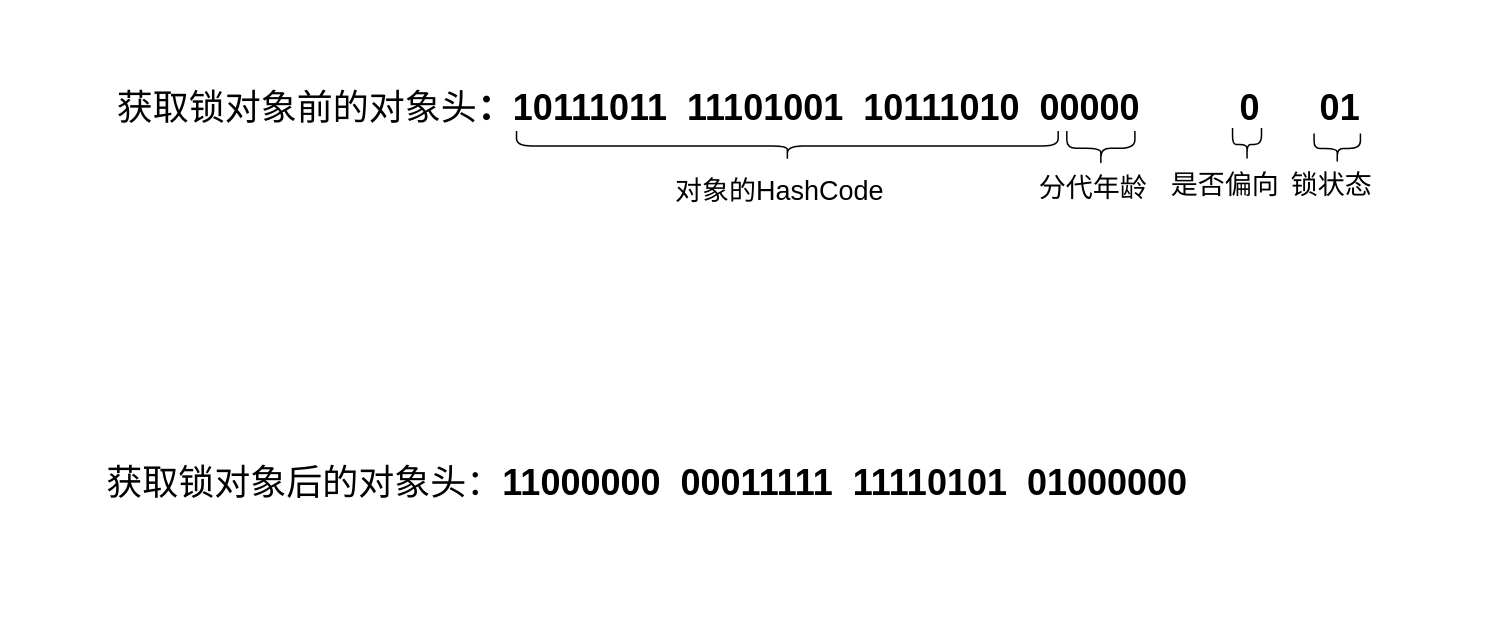
Earlier version of the draw.io diagram 面试官问我sychronized.drawio (JavaLiuTongXue/repo2). Source tidied: cells renumbered, new cells numbered last; positions are measured from the earlier drawing's top-left corner, leaving out a move shared by most shapes. Both pictures are drawn from the tidied source at 150%, with x=0, y=0 at pixel (26, -126).
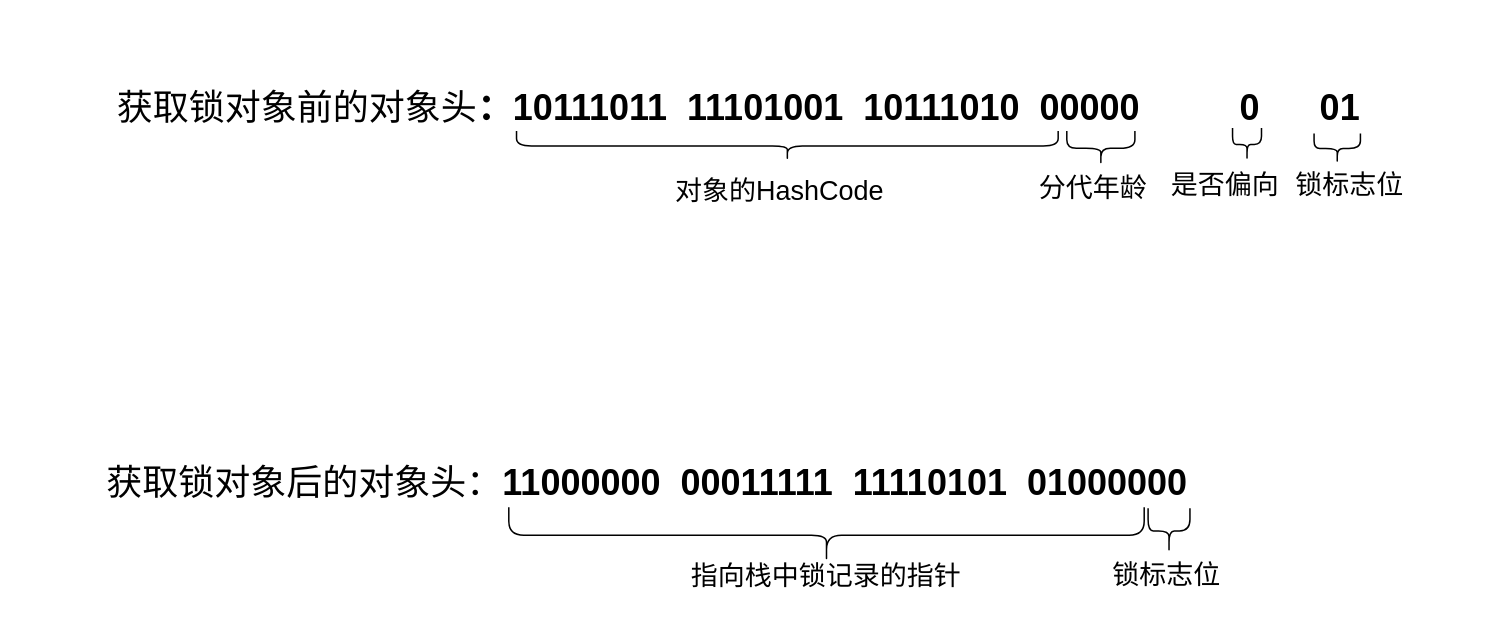
Above is the later version.

Commit message (it also covers changes not shown here):
更新面试官问我sychronized.drawio

Diff of the diagram source:
```diff
@@
 <mxGraphModel>
   <root>
     <mxCell id="0" />
     <mxCell id="1" parent="0" />
     <mxCell id="2" value="&lt;font&gt;&lt;font style=&quot;font-size: 24px&quot;&gt;获取锁对象前的对象头&lt;/font&gt;&lt;span style=&quot;font-weight: bold ; font-size: 24px&quot;&gt;：10111011&amp;nbsp; 11101001&amp;nbsp; 10111010&amp;nbsp; 00000&amp;nbsp; &amp;nbsp; &amp;nbsp; &amp;nbsp; &amp;nbsp; 0&amp;nbsp; &amp;nbsp; &amp;nbsp; 01&amp;nbsp;&lt;/span&gt;&lt;/font&gt;" style="text;html=1;strokeColor=none;fillColor=none;align=center;verticalAlign=middle;whiteSpace=wrap;rounded=0;" parent="1" vertex="1">
       <mxGeometry y="101" width="957" height="110" as="geometry" />
     </mxCell>
     <mxCell id="3" style="shape=curlyBracket;whiteSpace=wrap;html=1;rounded=1;flipH=1;fontSize=24;rotation=90;" parent="1" vertex="1">
       <mxGeometry x="497.5" y="0.2" width="19.8" height="361.1" as="geometry" />
     </mxCell>
     <mxCell id="4" value="&lt;font style=&quot;font-size: 18px ; font-weight: normal&quot;&gt;对象的HashCode&lt;/font&gt;" style="text;strokeColor=none;fillColor=none;html=1;fontSize=24;fontStyle=1;verticalAlign=middle;align=center;" parent="1" vertex="1">
       <mxGeometry x="452.2" y="189.4" width="100" height="40" as="geometry" />
     </mxCell>
     <mxCell id="5" style="shape=curlyBracket;whiteSpace=wrap;html=1;rounded=1;flipH=1;fontSize=24;rotation=90;size=0.5;" parent="1" vertex="1">
       <mxGeometry x="705" y="159.6" width="22.8" height="45.4" as="geometry" />
     </mxCell>
     <mxCell id="6" value="&lt;span style=&quot;font-size: 18px ; font-weight: 400&quot;&gt;分代年龄&lt;/span&gt;" style="text;strokeColor=none;fillColor=none;html=1;fontSize=24;fontStyle=1;verticalAlign=middle;align=center;" parent="1" vertex="1">
       <mxGeometry x="667" y="191.9" width="88.3" height="30.7" as="geometry" />
     </mxCell>
     <mxCell id="7" style="shape=curlyBracket;whiteSpace=wrap;html=1;rounded=1;flipH=1;fontSize=24;rotation=90;size=0.5;" parent="1" vertex="1">
       <mxGeometry x="803" y="170.1" width="21.7" height="19.3" as="geometry" />
     </mxCell>
     <mxCell id="8" style="shape=curlyBracket;whiteSpace=wrap;html=1;rounded=1;flipH=1;fontSize=24;rotation=90;size=0.5;" parent="1" vertex="1">
       <mxGeometry x="864" y="167.1" width="20" height="30.9" as="geometry" />
     </mxCell>
-    <mxCell id="9" value="&lt;span style=&quot;font-size: 18px ; font-weight: 400&quot;&gt;锁状态&lt;/span&gt;" style="text;strokeColor=none;fillColor=none;html=1;fontSize=24;fontStyle=1;verticalAlign=middle;align=center;" parent="1" vertex="1">
-      <mxGeometry x="845" y="186.9" width="50" height="35.7" as="geometry" />
+    <mxCell id="9" value="&lt;span style=&quot;font-size: 18px ; font-weight: 400&quot;&gt;锁标志位&lt;/span&gt;" style="text;strokeColor=none;fillColor=none;html=1;fontSize=24;fontStyle=1;verticalAlign=middle;align=center;" parent="1" vertex="1">
+      <mxGeometry x="857" y="186.9" width="50" height="35.7" as="geometry" />
     </mxCell>
     <mxCell id="10" value="&lt;span style=&quot;font-size: 18px ; font-weight: 400&quot;&gt;是否偏向&lt;/span&gt;" style="text;strokeColor=none;fillColor=none;html=1;fontSize=24;fontStyle=1;verticalAlign=middle;align=center;" parent="1" vertex="1">
       <mxGeometry x="752.7" y="189.4" width="93.3" height="31.6" as="geometry" />
     </mxCell>
     <mxCell id="11" value="&lt;span style=&quot;font-weight: normal&quot;&gt;获取锁对象后的对象头：&lt;/span&gt;11000000&amp;nbsp; 00011111&amp;nbsp; 11110101&amp;nbsp; 01000000&lt;span style=&quot;font-weight: 400&quot;&gt;&amp;nbsp;&lt;/span&gt;" style="text;strokeColor=none;fillColor=none;html=1;fontSize=24;fontStyle=1;verticalAlign=middle;align=center;" parent="1" vertex="1">
       <mxGeometry x="47" y="341" width="740" height="130" as="geometry" />
     </mxCell>
+    <mxCell id="12" style="shape=curlyBracket;whiteSpace=wrap;html=1;rounded=1;flipH=1;fontSize=24;rotation=90;" parent="1" vertex="1">
+      <mxGeometry x="514.9" y="228.5" width="37.2" height="423.6" as="geometry" />
+    </mxCell>
+    <mxCell id="13" value="&lt;font style=&quot;font-size: 18px ; font-weight: normal&quot;&gt;指向栈中锁记录的指针&lt;/font&gt;" style="text;strokeColor=none;fillColor=none;html=1;fontSize=24;fontStyle=1;verticalAlign=middle;align=center;" parent="1" vertex="1">
+      <mxGeometry x="483.4" y="446" width="100" height="40" as="geometry" />
+    </mxCell>
+    <mxCell id="14" style="shape=curlyBracket;whiteSpace=wrap;html=1;rounded=1;flipH=1;fontSize=24;rotation=90;size=0.5;" parent="1" vertex="1">
+      <mxGeometry x="746.7" y="423.5" width="30.3" height="27.9" as="geometry" />
+    </mxCell>
+    <mxCell id="15" value="&lt;font style=&quot;font-size: 18px ; font-weight: normal&quot;&gt;锁标志位&lt;/font&gt;" style="text;strokeColor=none;fillColor=none;html=1;fontSize=24;fontStyle=1;verticalAlign=middle;align=center;" parent="1" vertex="1">
+      <mxGeometry x="710" y="445.4" width="100" height="40" as="geometry" />
+    </mxCell>
   </root>
 </mxGraphModel>
```
